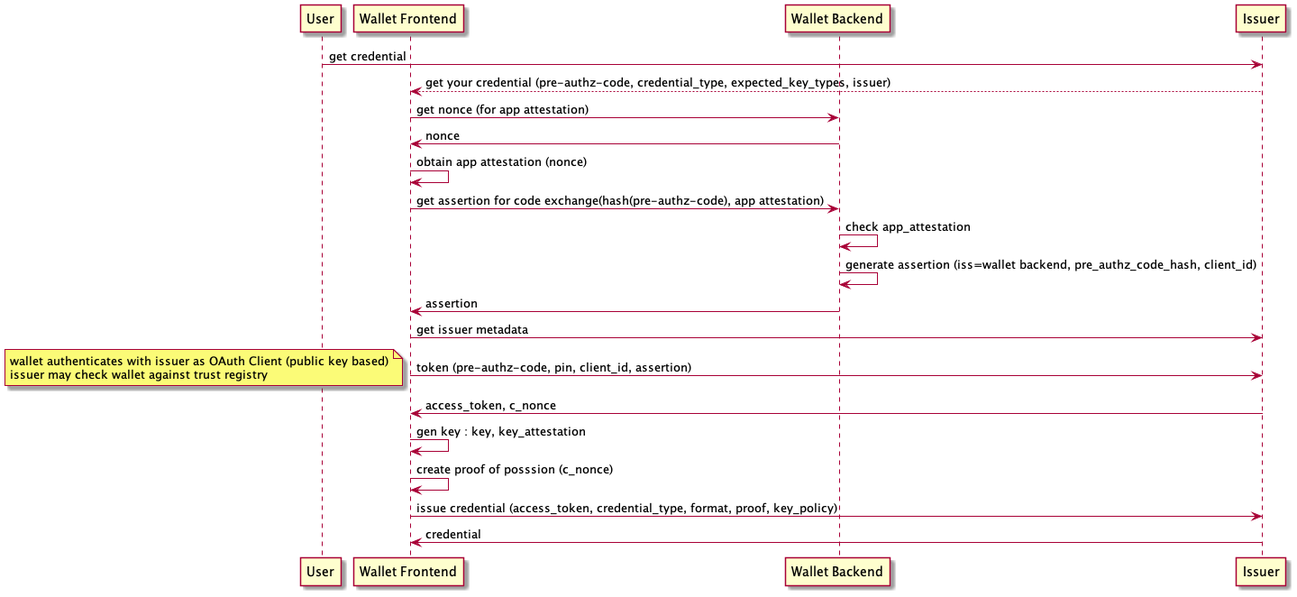
This is diagrams/attestation_native_app_issuer_initiated_client_assertion.png from openid/OpenID4VCI, a PlantUML export, as it was before one commit. Its diagram source:
```plantuml
@startuml
participant User as u
participant "Wallet Frontend" as w
participant "Wallet Backend" as b
participant Issuer as i

u -> i : get credential
i --> w : get your credential (pre-authz-code, credential_type, expected_key_types, issuer)
w -> b : get nonce (for app attestation)
b -> w : nonce
w -> w : obtain app attestation (nonce)
w -> b : get assertion for code exchange(hash(pre-authz-code), app attestation)
b -> b : check app_attestation
b -> b : generate assertion (iss=wallet backend, pre_authz_code_hash, client_id)
b -> w : assertion
w -> i : get issuer metadata
w -> i : token (pre-authz-code, pin, client_id, assertion)
note left: wallet authenticates with issuer as OAuth Client (public key based)\nissuer may check wallet against trust registry
i -> w : access_token, c_nonce
w -> w : gen key : key, key_attestation
w -> w : create proof of posssion (c_nonce)
w -> i : issue credential (access_token, credential_type, format, proof, key_policy)
i -> w : credential
@enduml
```
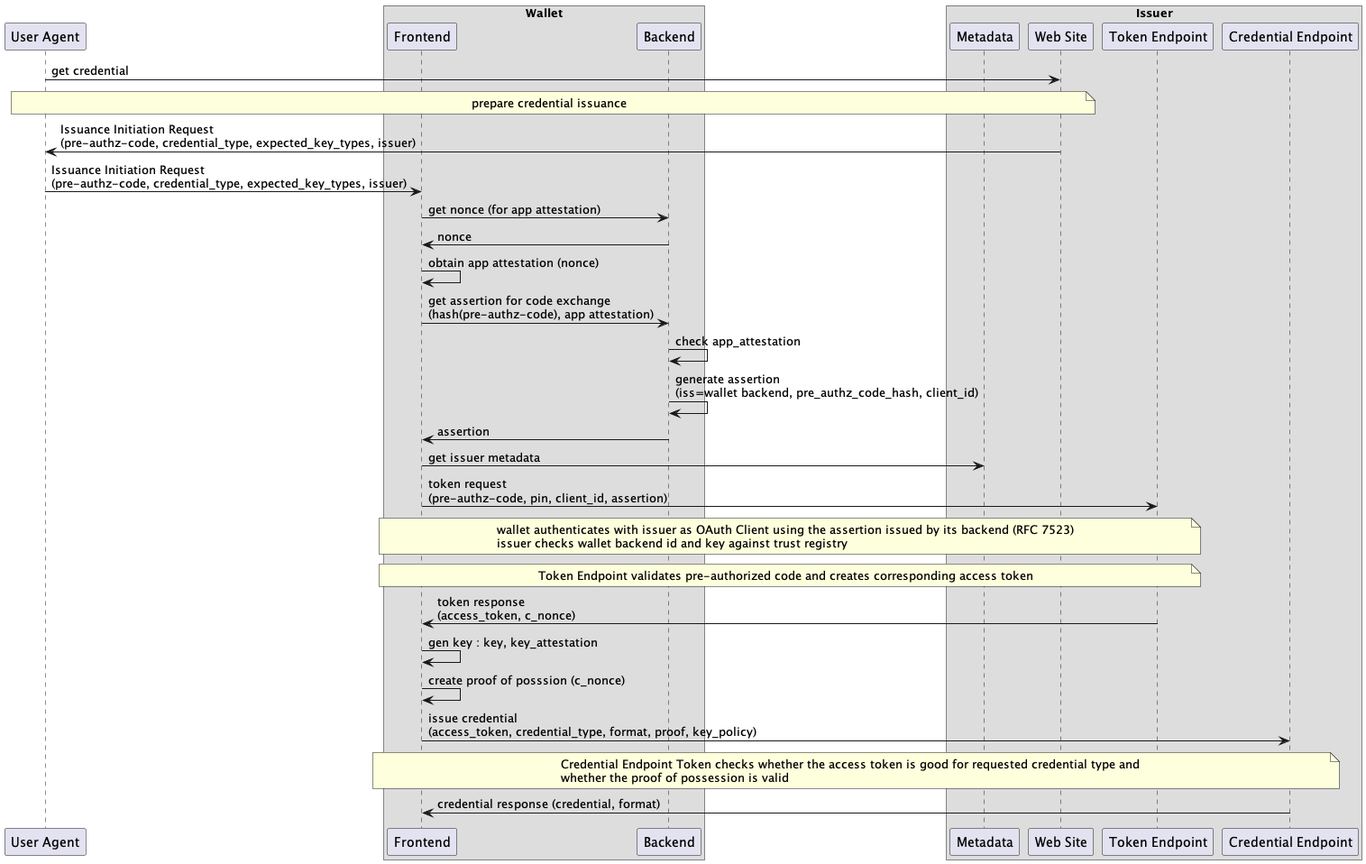
Later version of the same file.

Commit message:
added separate endpoints for issuer

Diff of the diagram source:
```diff
@@ -1,24 +1,35 @@
 @startuml
-participant User as u
-participant "Wallet Frontend" as w
-participant "Wallet Backend" as b
-participant Issuer as i
+participant "User Agent" as u
+box "Wallet"
+participant "Frontend" as w
+participant "Backend" as b
+end box
+box "Issuer"
+participant "Metadata" as m
+participant "Web Site" as s
+participant "Token Endpoint" as t
+participant "Credential Endpoint" as c
+end box
 
-u -> i : get credential
-i --> w : get your credential (pre-authz-code, credential_type, expected_key_types, issuer)
+u -> s : get credential
+note over u, s: prepare credential issuance
+s -> u : Issuance Initiation Request \n(pre-authz-code, credential_type, expected_key_types, issuer)
+u -> w : Issuance Initiation Request \n(pre-authz-code, credential_type, expected_key_types, issuer)
 w -> b : get nonce (for app attestation)
 b -> w : nonce
 w -> w : obtain app attestation (nonce)
-w -> b : get assertion for code exchange(hash(pre-authz-code), app attestation)
+w -> b : get assertion for code exchange\n(hash(pre-authz-code), app attestation)
 b -> b : check app_attestation
-b -> b : generate assertion (iss=wallet backend, pre_authz_code_hash, client_id)
+b -> b : generate assertion \n(iss=wallet backend, pre_authz_code_hash, client_id)
 b -> w : assertion
-w -> i : get issuer metadata
-w -> i : token (pre-authz-code, pin, client_id, assertion)
-note left: wallet authenticates with issuer as OAuth Client (public key based)\nissuer may check wallet against trust registry
-i -> w : access_token, c_nonce
+w -> m : get issuer metadata
+w -> t : token request \n(pre-authz-code, pin, client_id, assertion)
+note over w, t: wallet authenticates with issuer as OAuth Client using the assertion issued by its backend (RFC 7523)\nissuer checks wallet backend id and key against trust registry
+note over w, t: Token Endpoint validates pre-authorized code and creates corresponding access token
+t -> w : token response \n(access_token, c_nonce)
 w -> w : gen key : key, key_attestation
 w -> w : create proof of posssion (c_nonce)
-w -> i : issue credential (access_token, credential_type, format, proof, key_policy)
-i -> w : credential
+w -> c : issue credential \n(access_token, credential_type, format, proof, key_policy)
+note over w, c: Credential Endpoint Token checks whether the access token is good for requested credential type and \nwhether the proof of possession is valid
+c -> w : credential response (credential, format)
 @enduml
```
